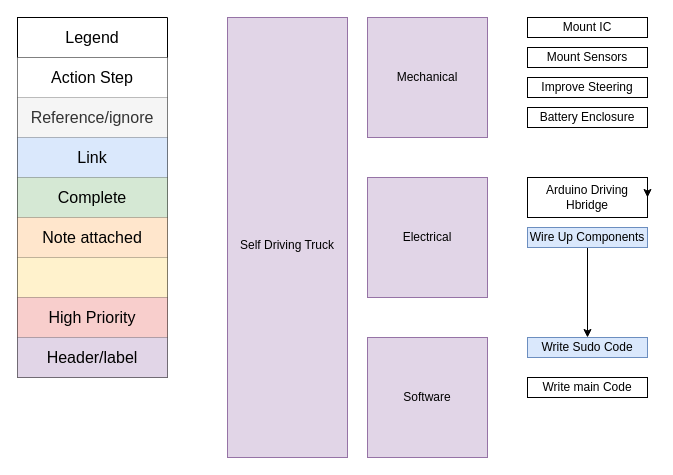
Earlier version of the draw.io diagram page "Overview" (1 of 5) of Self_Driving_Truck.drawio (usernamesareusless/Truck). Source tidied: cells renumbered, new cells numbered last; positions are measured from the earlier drawing's top-left corner, leaving out a move shared by most shapes. Both pictures are drawn from the tidied source at 100%, with x=0, y=0 at pixel (17, 17).
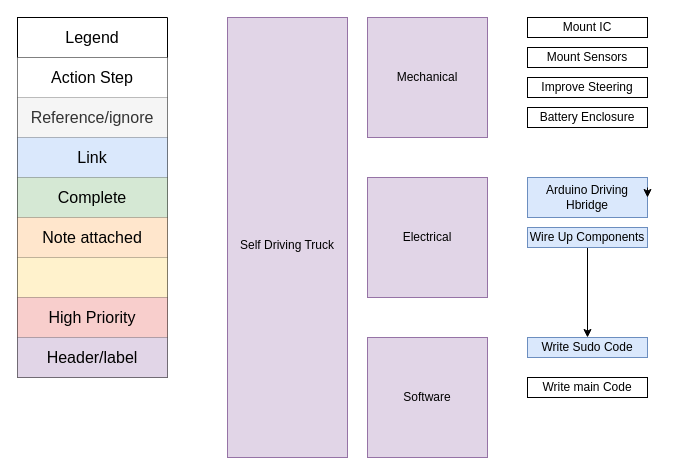
Above is the later version.

The edit, as a diff of the source:
```diff
@@
-    <mxCell id="8" value="Arduino Driving Hbridge" style="rounded=0;whiteSpace=wrap;html=1;fillColor=none;strokeColor=default;gradientColor=#FF0000;gradientDirection=east;" parent="1" vertex="1">
+    <mxCell id="8" value="Arduino Driving Hbridge" style="rounded=0;whiteSpace=wrap;html=1;fillColor=#dae8fc;strokeColor=#6c8ebf;gradientDirection=east;" parent="1" vertex="1">
       <mxGeometry x="510" y="160" width="120" height="40" as="geometry" />
     </mxCell>
```
